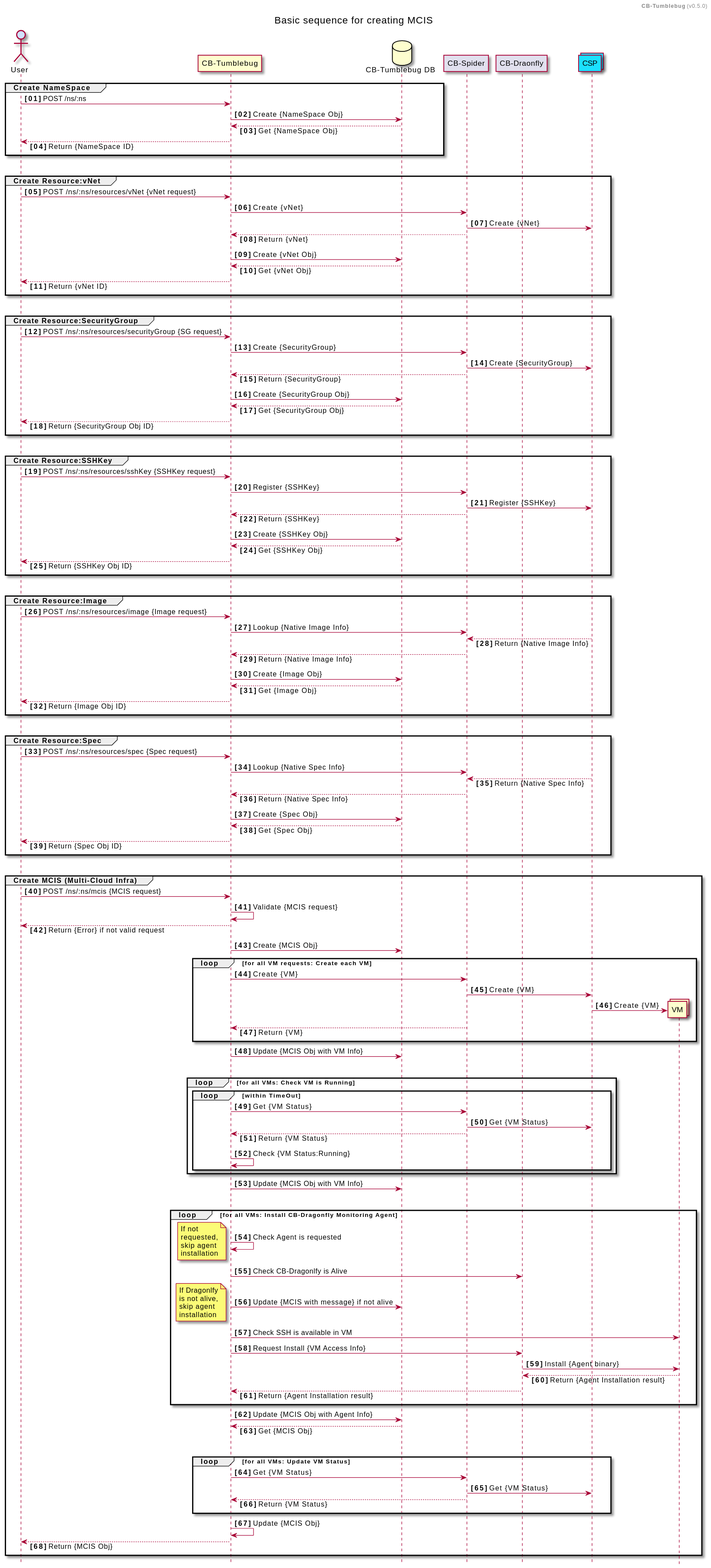
cloud-barista/cb-tumblebug keeps this PlantUML diagram as docs/images/cb-tb-sequence-creating-mcis.svg. Above is the earlier version. Source of this version:
```plantuml
@startuml

header **CB-Tumblebug** (v0.5.0)
title Basic sequence for creating MCIS
hide footbox

actor	"User"		            as user		    #d1e0ff

participant	"CB-Tumblebug"		as tumblebug
database	"CB-Tumblebug DB"	as db

participant	"CB-Spider"			as spider		#e1e0ee
participant	"CB-Draonfly"	    as dragonfly	#e1e0ee

collections	"CSP"	            as csp		    #1ee0ff

skinparam sequence {
    GroupColor DeepSkyBlue
}
skinparam responseMessageBelowArrow true




autonumber 1 "<b>[00]"
group Create NameSpace
user	    ->	tumblebug	: POST /ns/:ns
tumblebug	->	db			: Create {NameSpace Obj}
tumblebug	<--	db			: Get {NameSpace Obj}
tumblebug	-->	user	    : Return {NameSpace ID}
end
|||

group Create Resource:vNet
user	    ->	tumblebug	: POST /ns/:ns/resources/vNet {vNet request}
tumblebug	->	spider		: Create {vNet}
spider	    ->	csp		    : Create {vNet}
tumblebug	<--	spider		: Return {vNet}
tumblebug	->	db			: Create {vNet Obj}
tumblebug	<--	db			: Get {vNet Obj}
tumblebug	-->	user	    : Return {vNet ID}
end
|||

group Create Resource:SecurityGroup
user	    ->	tumblebug	: POST /ns/:ns/resources/securityGroup {SG request}
tumblebug	->	spider		: Create {SecurityGroup}
spider	    ->	csp		    : Create {SecurityGroup}
tumblebug	<--	spider		: Return {SecurityGroup}
tumblebug	->	db			: Create {SecurityGroup Obj}
tumblebug	<--	db			: Get {SecurityGroup Obj}
tumblebug	-->	user	    : Return {SecurityGroup Obj ID}
end
|||

group Create Resource:SSHKey
user	    ->	tumblebug	: POST /ns/:ns/resources/sshKey {SSHKey request}
tumblebug	->	spider		: Register {SSHKey}
spider	    ->	csp		    : Register {SSHKey}
tumblebug	<--	spider		: Return {SSHKey}
tumblebug	->	db			: Create {SSHKey Obj}
tumblebug	<--	db			: Get {SSHKey Obj}
tumblebug	-->	user	    : Return {SSHKey Obj ID}
end
|||

group Create Resource:Image
user	    ->	tumblebug	: POST /ns/:ns/resources/image {Image request}
tumblebug	->	spider		: Lookup {Native Image Info}
spider	    <--	csp		    : Return {Native Image Info}
tumblebug    <--	spider		: Return {Native Image Info}
tumblebug	->	db			: Create {Image Obj}
tumblebug	<--	db			: Get {Image Obj}
tumblebug	-->	user	    : Return {Image Obj ID}
end
|||

group Create Resource:Spec
user	    ->	tumblebug	: POST /ns/:ns/resources/spec {Spec request}
tumblebug	->	spider		: Lookup {Native Spec Info}
spider	    <--	csp		    : Return {Native Spec Info}
tumblebug    <--	spider		: Return {Native Spec Info}
tumblebug	->	db			: Create {Spec Obj}
tumblebug	<--	db			: Get {Spec Obj}
tumblebug	-->	user	    : Return {Spec Obj ID}
end
|||

group Create MCIS (Multi-Cloud Infra)
user	    ->	tumblebug	: POST /ns/:ns/mcis {MCIS request}
tumblebug   ->	tumblebug	: Validate {MCIS request}
tumblebug	-->	user	    : Return {Error} if not valid request

tumblebug	->	db			: Create {MCIS Obj}
    loop for all VM requests: Create each VM
    tumblebug	->	spider		: Create {VM}
    spider	    ->	csp		    : Create {VM}
    create collections VM
    csp	    ->  VM		    : Create {VM}
    tumblebug   <--	spider		: Return {VM}
    end
tumblebug	->	db			: Update {MCIS Obj with VM Info}
|||

    loop for all VMs: Check VM is Running
        loop within TimeOut
        tumblebug	->	spider		: Get {VM Status}
        spider	    ->	csp		    : Get {VM Status}
        tumblebug   <--	spider		: Return {VM Status}
        tumblebug   ->	tumblebug	: Check {VM Status:Running}
        end
    end
tumblebug	->	db			: Update {MCIS Obj with VM Info}
|||

    loop for all VMs: Install CB-Dragonfly Monitoring Agent
    tumblebug   -> tumblebug    : Check Agent is requested

    note left
    If not
    requested,
    skip agent
    installation
    end note

    tumblebug   -> dragonfly    : Check CB-Dragonlfy is Alive
    tumblebug	->	db			: Update {MCIS with message} if not alive

    note left
    If Dragonlfy
    is not alive,
    skip agent
    installation
    end note

    tumblebug	->	VM		    : Check SSH is available in VM
    tumblebug	->	dragonfly	: Request Install {VM Access Info}
    dragonfly	->	VM	        : Install {Agent binary}
    dragonfly	<--	VM	        : Return {Agent Installation result}
    tumblebug   <--	dragonfly	: Return {Agent Installation result}
    end
tumblebug	->	db			: Update {MCIS Obj with Agent Info}
tumblebug	<--	db			: Get {MCIS Obj}
|||

    loop for all VMs: Update VM Status
    tumblebug	->	spider		: Get {VM Status}
    spider	    ->	csp		    : Get {VM Status}
    tumblebug   <--	spider		: Return {VM Status}
    end
tumblebug   ->	tumblebug	: Update {MCIS Obj}
tumblebug	-->	user	    : Return {MCIS Obj}
end



@enduml
```
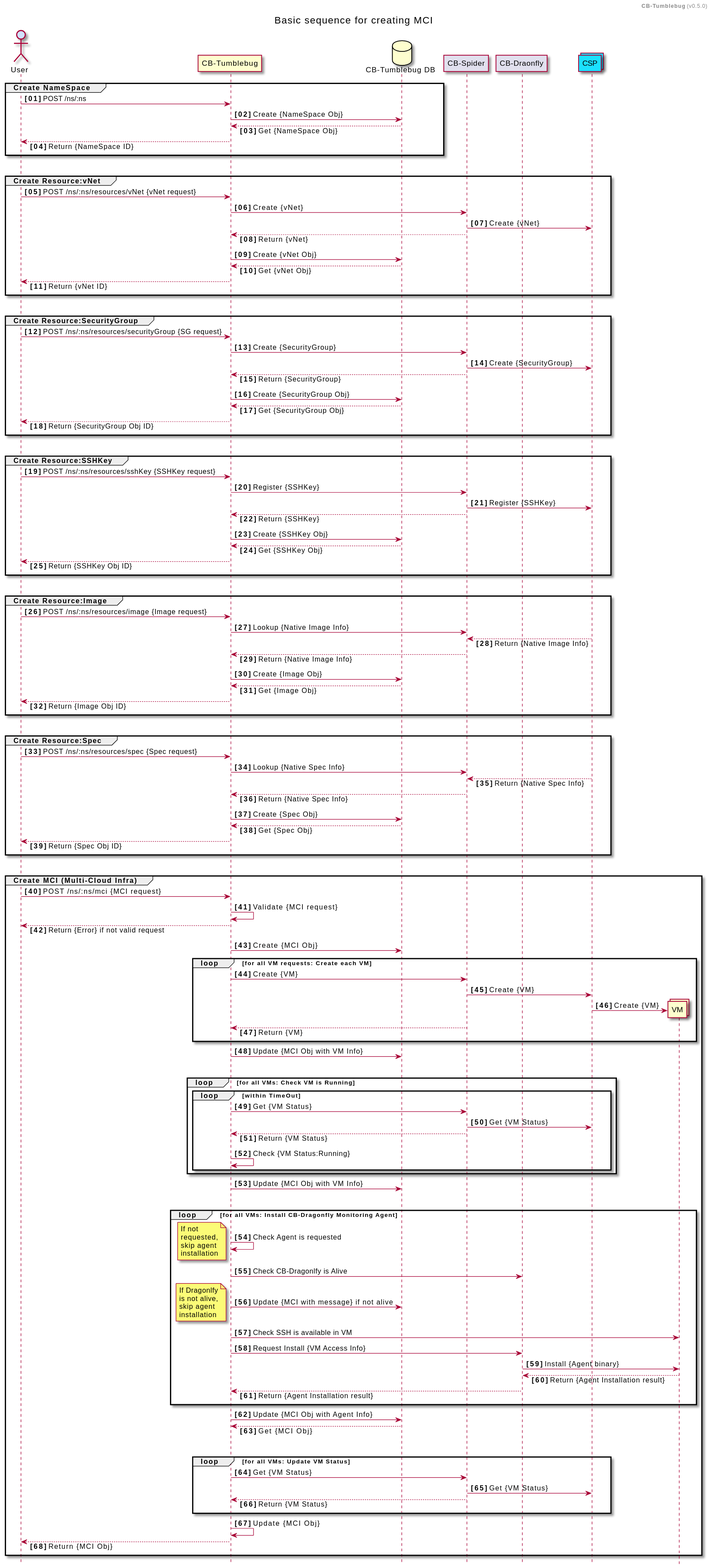
After the commit.

What changed in the source:
```diff
@@ -1,7 +1,7 @@
 @startuml
 
 header **CB-Tumblebug** (v0.5.0)
-title Basic sequence for creating MCIS
+title Basic sequence for creating MCI
 hide footbox
 
 actor	"User"		            as user		    #d1e0ff
@@ -86,12 +86,12 @@
 end
 |||
 
-group Create MCIS (Multi-Cloud Infra)
-user	    ->	tumblebug	: POST /ns/:ns/mcis {MCIS request}
-tumblebug   ->	tumblebug	: Validate {MCIS request}
+group Create MCI (Multi-Cloud Infra)
+user	    ->	tumblebug	: POST /ns/:ns/mci {MCI request}
+tumblebug   ->	tumblebug	: Validate {MCI request}
 tumblebug	-->	user	    : Return {Error} if not valid request
 
-tumblebug	->	db			: Create {MCIS Obj}
+tumblebug	->	db			: Create {MCI Obj}
     loop for all VM requests: Create each VM
     tumblebug	->	spider		: Create {VM}
     spider	    ->	csp		    : Create {VM}
@@ -99,7 +99,7 @@
     csp	    ->  VM		    : Create {VM}
     tumblebug   <--	spider		: Return {VM}
     end
-tumblebug	->	db			: Update {MCIS Obj with VM Info}
+tumblebug	->	db			: Update {MCI Obj with VM Info}
 |||
 
     loop for all VMs: Check VM is Running
@@ -110,7 +110,7 @@
         tumblebug   ->	tumblebug	: Check {VM Status:Running}
         end
     end
-tumblebug	->	db			: Update {MCIS Obj with VM Info}
+tumblebug	->	db			: Update {MCI Obj with VM Info}
 |||
 
     loop for all VMs: Install CB-Dragonfly Monitoring Agent
@@ -124,7 +124,7 @@
     end note
 
     tumblebug   -> dragonfly    : Check CB-Dragonlfy is Alive
-    tumblebug	->	db			: Update {MCIS with message} if not alive
+    tumblebug	->	db			: Update {MCI with message} if not alive
 
     note left
     If Dragonlfy
@@ -139,8 +139,8 @@
     dragonfly	<--	VM	        : Return {Agent Installation result}
     tumblebug   <--	dragonfly	: Return {Agent Installation result}
     end
-tumblebug	->	db			: Update {MCIS Obj with Agent Info}
-tumblebug	<--	db			: Get {MCIS Obj}
+tumblebug	->	db			: Update {MCI Obj with Agent Info}
+tumblebug	<--	db			: Get {MCI Obj}
 |||
 
     loop for all VMs: Update VM Status
@@ -148,8 +148,8 @@
     spider	    ->	csp		    : Get {VM Status}
     tumblebug   <--	spider		: Return {VM Status}
     end
-tumblebug   ->	tumblebug	: Update {MCIS Obj}
-tumblebug	-->	user	    : Return {MCIS Obj}
+tumblebug   ->	tumblebug	: Update {MCI Obj}
+tumblebug	-->	user	    : Return {MCI Obj}
 end
 
 
```
